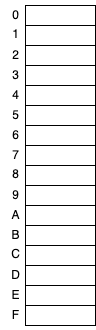
This is cache1.png from zhaole0606/pic, a draw.io export, as it was before one commit. Source tidied: cells renumbered, new cells last; positions are measured from the earlier drawing's top-left corner, leaving out a move shared by most shapes.
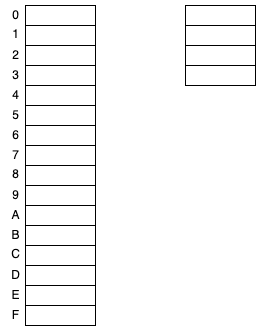
The same diagram one commit later.

Diff of the diagram source:
```diff
@@ -98,5 +98,17 @@
     <mxCell id="33" value="F" style="text;html=1;align=center;verticalAlign=middle;strokeColor=none;fillColor=none;" parent="1" vertex="1">
       <mxGeometry y="300" width="30" height="30" as="geometry" />
     </mxCell>
+    <mxCell id="34" style="rounded=0;whiteSpace=wrap;html=1;" parent="1" vertex="1">
+      <mxGeometry x="185" y="25" width="70" height="30" as="geometry" />
+    </mxCell>
+    <mxCell id="35" style="rounded=0;whiteSpace=wrap;html=1;" parent="1" vertex="1">
+      <mxGeometry x="185" y="45" width="70" height="20" as="geometry" />
+    </mxCell>
+    <mxCell id="36" style="rounded=0;whiteSpace=wrap;html=1;" parent="1" vertex="1">
+      <mxGeometry x="185" y="65" width="70" height="20" as="geometry" />
+    </mxCell>
+    <mxCell id="37" style="rounded=0;whiteSpace=wrap;html=1;" parent="1" vertex="1">
+      <mxGeometry x="185" y="5" width="70" height="20" as="geometry" />
+    </mxCell>
   </root>
 </mxGraphModel>
```
